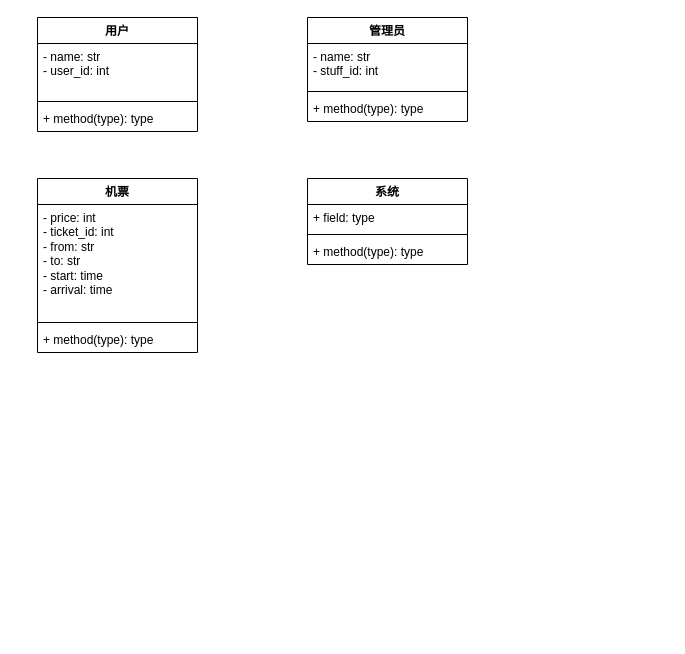
The draw.io diagram 类图.drawio in ZhangShuui/ForDrawIo, before the edit. Source tidied: cells renumbered, new cells numbered last; positions are measured from the earlier drawing's top-left corner, leaving out a move shared by most shapes. Both pictures are drawn from the tidied source at 100%, with x=0, y=0 at pixel (37, 17).
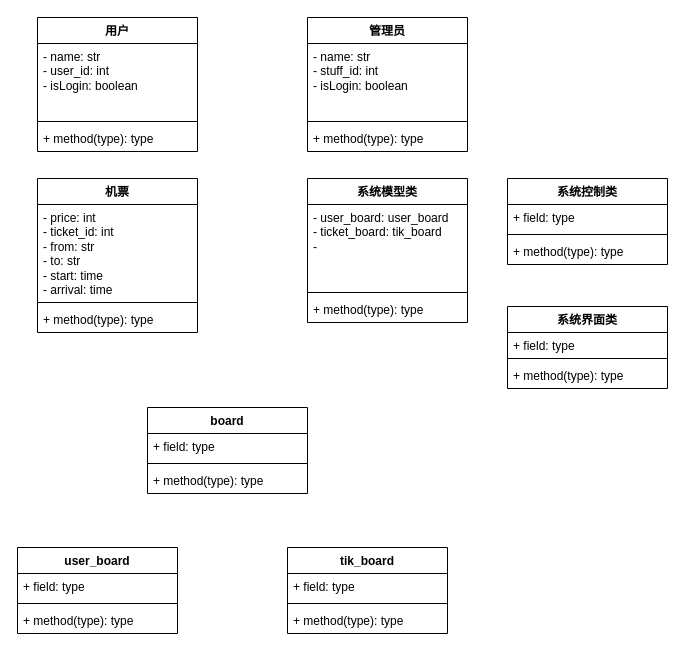
The same diagram, later.

What changed in the source:
```diff
@@
     <mxCell id="2" value="用户" style="swimlane;fontStyle=1;align=center;verticalAlign=top;horizontal=1;startSize=26;whiteSpace=wrap;html=1;" parent="1" vertex="1">
-      <mxGeometry width="160" height="114" as="geometry" />
+      <mxGeometry width="160" height="134" as="geometry" />
     </mxCell>
-    <mxCell id="3" value="- name: str&lt;br&gt;- user_id: int" style="text;strokeColor=none;fillColor=none;align=left;verticalAlign=top;spacingLeft=4;spacingRight=4;overflow=hidden;whiteSpace=wrap;html=1;" parent="2" vertex="1">
-      <mxGeometry y="26" width="160" height="54" as="geometry" />
+    <mxCell id="3" value="- name: str&lt;br&gt;- user_id: int&lt;br&gt;- isLogin: boolean" style="text;strokeColor=none;fillColor=none;align=left;verticalAlign=top;spacingLeft=4;spacingRight=4;overflow=hidden;whiteSpace=wrap;html=1;" parent="2" vertex="1">
+      <mxGeometry y="26" width="160" height="74" as="geometry" />
     </mxCell>
     <mxCell id="4" style="line;strokeWidth=1;fillColor=none;align=left;verticalAlign=middle;spacingTop=-1;spacingLeft=3;spacingRight=3;labelPosition=right;strokeColor=inherit;" parent="2" vertex="1">
-      <mxGeometry y="80" width="160" height="8" as="geometry" />
+      <mxGeometry y="100" width="160" height="8" as="geometry" />
     </mxCell>
     <mxCell id="5" value="+ method(type): type" style="text;strokeColor=none;fillColor=none;align=left;verticalAlign=top;spacingLeft=4;spacingRight=4;overflow=hidden;whiteSpace=wrap;html=1;" parent="2" vertex="1">
-      <mxGeometry y="88" width="160" height="26" as="geometry" />
+      <mxGeometry y="108" width="160" height="26" as="geometry" />
     </mxCell>
     <mxCell id="6" value="机票" style="swimlane;fontStyle=1;align=center;verticalAlign=top;horizontal=1;startSize=26;whiteSpace=wrap;html=1;" parent="1" vertex="1">
-      <mxGeometry y="161" width="160" height="174" as="geometry" />
+      <mxGeometry y="161" width="160" height="154" as="geometry" />
     </mxCell>
     <mxCell id="7" value="- price: int&lt;br&gt;- ticket_id: int&lt;br&gt;- from: str&lt;br&gt;- to: str&lt;br&gt;- start: time&lt;br&gt;- arrival: time&lt;br&gt;" style="text;strokeColor=none;fillColor=none;align=left;verticalAlign=top;spacingLeft=4;spacingRight=4;overflow=hidden;whiteSpace=wrap;html=1;" parent="6" vertex="1">
-      <mxGeometry y="26" width="160" height="114" as="geometry" />
+      <mxGeometry y="26" width="160" height="94" as="geometry" />
     </mxCell>
     <mxCell id="8" style="line;strokeWidth=1;fillColor=none;align=left;verticalAlign=middle;spacingTop=-1;spacingLeft=3;spacingRight=3;labelPosition=right;strokeColor=inherit;" parent="6" vertex="1">
-      <mxGeometry y="140" width="160" height="8" as="geometry" />
+      <mxGeometry y="120" width="160" height="8" as="geometry" />
     </mxCell>
     <mxCell id="9" value="+ method(type): type" style="text;strokeColor=none;fillColor=none;align=left;verticalAlign=top;spacingLeft=4;spacingRight=4;overflow=hidden;whiteSpace=wrap;html=1;" parent="6" vertex="1">
-      <mxGeometry y="148" width="160" height="26" as="geometry" />
+      <mxGeometry y="128" width="160" height="26" as="geometry" />
     </mxCell>
     <mxCell id="10" value="管理员" style="swimlane;fontStyle=1;align=center;verticalAlign=top;horizontal=1;startSize=26;whiteSpace=wrap;html=1;" parent="1" vertex="1">
-      <mxGeometry x="270" width="160" height="104" as="geometry" />
+      <mxGeometry x="270" width="160" height="134" as="geometry" />
     </mxCell>
-    <mxCell id="11" value="- name: str&lt;br&gt;- stuff_id: int" style="text;strokeColor=none;fillColor=none;align=left;verticalAlign=top;spacingLeft=4;spacingRight=4;overflow=hidden;whiteSpace=wrap;html=1;" parent="10" vertex="1">
-      <mxGeometry y="26" width="160" height="44" as="geometry" />
+    <mxCell id="11" value="- name: str&lt;br&gt;- stuff_id: int&lt;br&gt;- isLogin: boolean" style="text;strokeColor=none;fillColor=none;align=left;verticalAlign=top;spacingLeft=4;spacingRight=4;overflow=hidden;whiteSpace=wrap;html=1;" parent="10" vertex="1">
+      <mxGeometry y="26" width="160" height="74" as="geometry" />
     </mxCell>
     <mxCell id="12" style="line;strokeWidth=1;fillColor=none;align=left;verticalAlign=middle;spacingTop=-1;spacingLeft=3;spacingRight=3;labelPosition=right;strokeColor=inherit;" parent="10" vertex="1">
-      <mxGeometry y="70" width="160" height="8" as="geometry" />
+      <mxGeometry y="100" width="160" height="8" as="geometry" />
     </mxCell>
     <mxCell id="13" value="+ method(type): type" style="text;strokeColor=none;fillColor=none;align=left;verticalAlign=top;spacingLeft=4;spacingRight=4;overflow=hidden;whiteSpace=wrap;html=1;" parent="10" vertex="1">
-      <mxGeometry y="78" width="160" height="26" as="geometry" />
+      <mxGeometry y="108" width="160" height="26" as="geometry" />
     </mxCell>
-    <mxCell id="14" value="系统" style="swimlane;fontStyle=1;align=center;verticalAlign=top;horizontal=1;startSize=26;whiteSpace=wrap;html=1;" parent="1" vertex="1">
-      <mxGeometry x="270" y="161" width="160" height="86" as="geometry" />
+    <mxCell id="14" value="系统模型类" style="swimlane;fontStyle=1;align=center;verticalAlign=top;horizontal=1;startSize=26;whiteSpace=wrap;html=1;" parent="1" vertex="1">
+      <mxGeometry x="270" y="161" width="160" height="144" as="geometry" />
     </mxCell>
-    <mxCell id="15" value="+ field: type" style="text;strokeColor=none;fillColor=none;align=left;verticalAlign=top;spacingLeft=4;spacingRight=4;overflow=hidden;whiteSpace=wrap;html=1;" parent="14" vertex="1">
-      <mxGeometry y="26" width="160" height="26" as="geometry" />
+    <mxCell id="15" value="- user_board: user_board&lt;br&gt;- ticket_board: tik_board&lt;br&gt;-&amp;nbsp;" style="text;strokeColor=none;fillColor=none;align=left;verticalAlign=top;spacingLeft=4;spacingRight=4;overflow=hidden;whiteSpace=wrap;html=1;" parent="14" vertex="1">
+      <mxGeometry y="26" width="160" height="84" as="geometry" />
     </mxCell>
     <mxCell id="16" style="line;strokeWidth=1;fillColor=none;align=left;verticalAlign=middle;spacingTop=-1;spacingLeft=3;spacingRight=3;labelPosition=right;strokeColor=inherit;" parent="14" vertex="1">
-      <mxGeometry y="52" width="160" height="8" as="geometry" />
+      <mxGeometry y="110" width="160" height="8" as="geometry" />
     </mxCell>
     <mxCell id="17" value="+ method(type): type" style="text;strokeColor=none;fillColor=none;align=left;verticalAlign=top;spacingLeft=4;spacingRight=4;overflow=hidden;whiteSpace=wrap;html=1;" parent="14" vertex="1">
-      <mxGeometry y="60" width="160" height="26" as="geometry" />
+      <mxGeometry y="118" width="160" height="26" as="geometry" />
     </mxCell>
+    <mxCell id="18" value="board" style="swimlane;fontStyle=1;align=center;verticalAlign=top;horizontal=1;startSize=26;whiteSpace=wrap;html=1;" parent="1" vertex="1">
+      <mxGeometry x="110" y="390" width="160" height="86" as="geometry" />
+    </mxCell>
+    <mxCell id="19" value="+ field: type" style="text;strokeColor=none;fillColor=none;align=left;verticalAlign=top;spacingLeft=4;spacingRight=4;overflow=hidden;whiteSpace=wrap;html=1;" parent="18" vertex="1">
+      <mxGeometry y="26" width="160" height="26" as="geometry" />
+    </mxCell>
+    <mxCell id="20" style="line;strokeWidth=1;fillColor=none;align=left;verticalAlign=middle;spacingTop=-1;spacingLeft=3;spacingRight=3;labelPosition=right;strokeColor=inherit;" parent="18" vertex="1">
+      <mxGeometry y="52" width="160" height="8" as="geometry" />
+    </mxCell>
+    <mxCell id="21" value="+ method(type): type" style="text;strokeColor=none;fillColor=none;align=left;verticalAlign=top;spacingLeft=4;spacingRight=4;overflow=hidden;whiteSpace=wrap;html=1;" parent="18" vertex="1">
+      <mxGeometry y="60" width="160" height="26" as="geometry" />
+    </mxCell>
+    <mxCell id="22" value="user_board" style="swimlane;fontStyle=1;align=center;verticalAlign=top;horizontal=1;startSize=26;whiteSpace=wrap;html=1;" parent="1" vertex="1">
+      <mxGeometry x="-20" y="530" width="160" height="86" as="geometry" />
+    </mxCell>
+    <mxCell id="23" value="+ field: type" style="text;strokeColor=none;fillColor=none;align=left;verticalAlign=top;spacingLeft=4;spacingRight=4;overflow=hidden;whiteSpace=wrap;html=1;" parent="22" vertex="1">
+      <mxGeometry y="26" width="160" height="26" as="geometry" />
+    </mxCell>
+    <mxCell id="24" style="line;strokeWidth=1;fillColor=none;align=left;verticalAlign=middle;spacingTop=-1;spacingLeft=3;spacingRight=3;labelPosition=right;strokeColor=inherit;" parent="22" vertex="1">
+      <mxGeometry y="52" width="160" height="8" as="geometry" />
+    </mxCell>
+    <mxCell id="25" value="+ method(type): type" style="text;strokeColor=none;fillColor=none;align=left;verticalAlign=top;spacingLeft=4;spacingRight=4;overflow=hidden;whiteSpace=wrap;html=1;" parent="22" vertex="1">
+      <mxGeometry y="60" width="160" height="26" as="geometry" />
+    </mxCell>
+    <mxCell id="26" value="tik_board" style="swimlane;fontStyle=1;align=center;verticalAlign=top;horizontal=1;startSize=26;whiteSpace=wrap;html=1;" parent="1" vertex="1">
+      <mxGeometry x="250" y="530" width="160" height="86" as="geometry" />
+    </mxCell>
+    <mxCell id="27" value="+ field: type" style="text;strokeColor=none;fillColor=none;align=left;verticalAlign=top;spacingLeft=4;spacingRight=4;overflow=hidden;whiteSpace=wrap;html=1;" parent="26" vertex="1">
+      <mxGeometry y="26" width="160" height="26" as="geometry" />
+    </mxCell>
+    <mxCell id="28" style="line;strokeWidth=1;fillColor=none;align=left;verticalAlign=middle;spacingTop=-1;spacingLeft=3;spacingRight=3;labelPosition=right;strokeColor=inherit;" parent="26" vertex="1">
+      <mxGeometry y="52" width="160" height="8" as="geometry" />
+    </mxCell>
+    <mxCell id="29" value="+ method(type): type" style="text;strokeColor=none;fillColor=none;align=left;verticalAlign=top;spacingLeft=4;spacingRight=4;overflow=hidden;whiteSpace=wrap;html=1;" parent="26" vertex="1">
+      <mxGeometry y="60" width="160" height="26" as="geometry" />
+    </mxCell>
+    <mxCell id="30" value="系统控制类" style="swimlane;fontStyle=1;align=center;verticalAlign=top;horizontal=1;startSize=26;whiteSpace=wrap;html=1;" parent="1" vertex="1">
+      <mxGeometry x="470" y="161" width="160" height="86" as="geometry" />
+    </mxCell>
+    <mxCell id="31" value="+ field: type" style="text;strokeColor=none;fillColor=none;align=left;verticalAlign=top;spacingLeft=4;spacingRight=4;overflow=hidden;whiteSpace=wrap;html=1;" parent="30" vertex="1">
+      <mxGeometry y="26" width="160" height="26" as="geometry" />
+    </mxCell>
+    <mxCell id="32" style="line;strokeWidth=1;fillColor=none;align=left;verticalAlign=middle;spacingTop=-1;spacingLeft=3;spacingRight=3;labelPosition=right;strokeColor=inherit;" parent="30" vertex="1">
+      <mxGeometry y="52" width="160" height="8" as="geometry" />
+    </mxCell>
+    <mxCell id="33" value="+ method(type): type" style="text;strokeColor=none;fillColor=none;align=left;verticalAlign=top;spacingLeft=4;spacingRight=4;overflow=hidden;whiteSpace=wrap;html=1;" parent="30" vertex="1">
+      <mxGeometry y="60" width="160" height="26" as="geometry" />
+    </mxCell>
+    <mxCell id="34" value="系统界面类" style="swimlane;fontStyle=1;align=center;verticalAlign=top;horizontal=1;startSize=26;whiteSpace=wrap;html=1;" parent="1" vertex="1">
+      <mxGeometry x="470" y="289" width="160" height="82" as="geometry" />
+    </mxCell>
+    <mxCell id="35" value="+ field: type" style="text;strokeColor=none;fillColor=none;align=left;verticalAlign=top;spacingLeft=4;spacingRight=4;overflow=hidden;whiteSpace=wrap;html=1;" parent="34" vertex="1">
+      <mxGeometry y="26" width="160" height="22" as="geometry" />
+    </mxCell>
+    <mxCell id="36" style="line;strokeWidth=1;fillColor=none;align=left;verticalAlign=middle;spacingTop=-1;spacingLeft=3;spacingRight=3;labelPosition=right;strokeColor=inherit;" parent="34" vertex="1">
+      <mxGeometry y="48" width="160" height="8" as="geometry" />
+    </mxCell>
+    <mxCell id="37" value="+ method(type): type" style="text;strokeColor=none;fillColor=none;align=left;verticalAlign=top;spacingLeft=4;spacingRight=4;overflow=hidden;whiteSpace=wrap;html=1;" parent="34" vertex="1">
+      <mxGeometry y="56" width="160" height="26" as="geometry" />
+    </mxCell>
```
